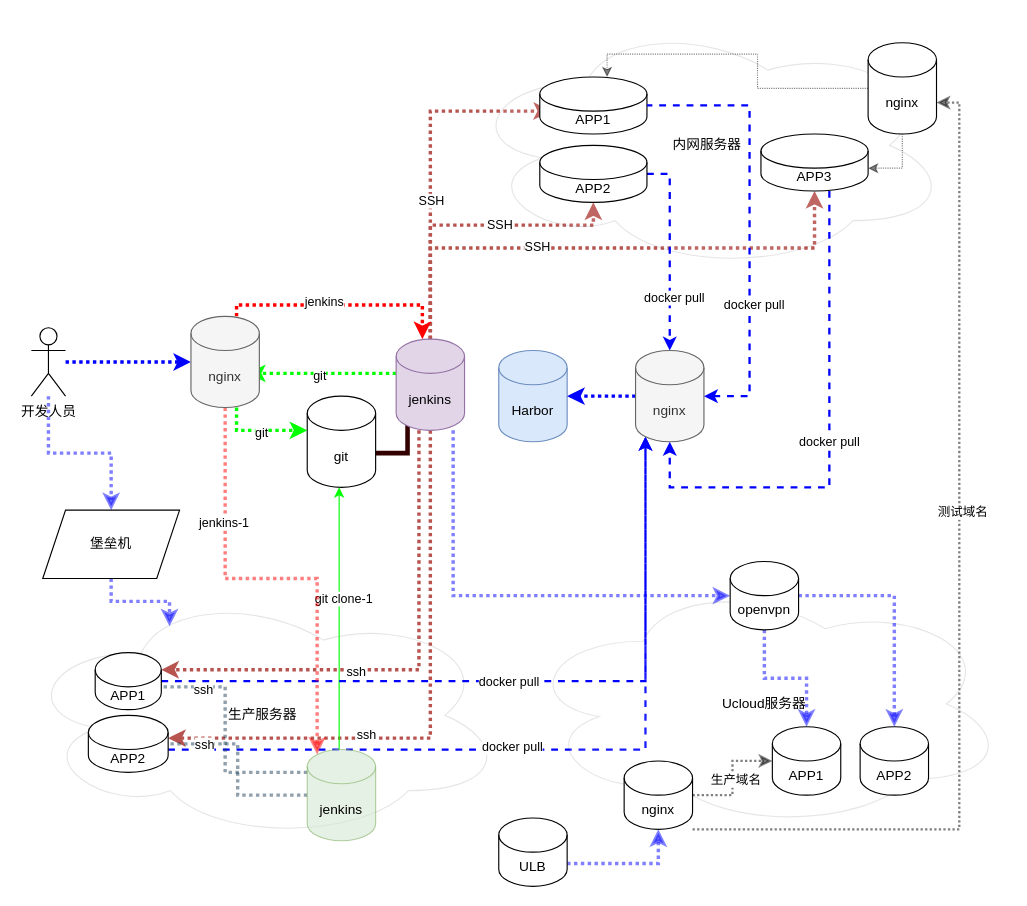
Above: jenkins.drawio in rainycrying/drawio (draw.io), before the change. Source tidied: cells renumbered, new cells numbered last; positions are measured from the earlier drawing's top-left corner, leaving out a move shared by most shapes. Both pictures are drawn from the tidied source at 114%, with x=0, y=0 at pixel (19, 19).
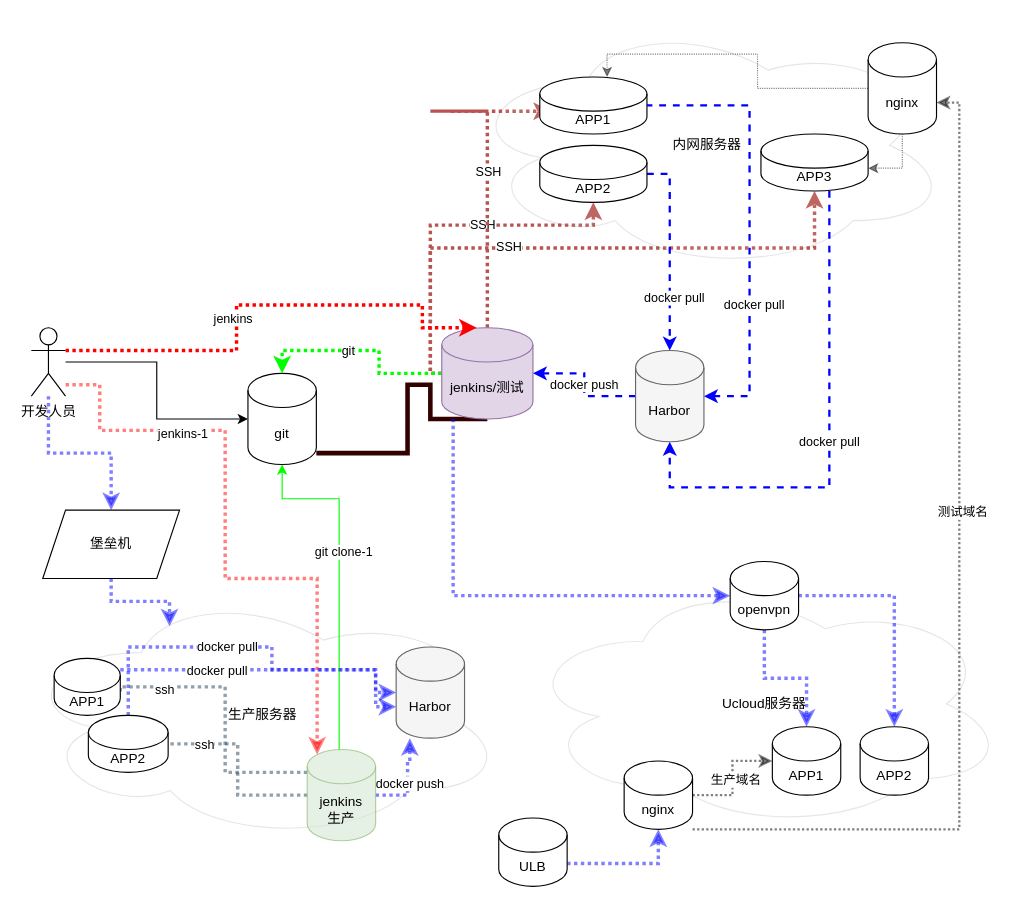
The same diagram, later.

Unchanged cells that the change refers to:
```xml
<mxCell id="5" value="开发人员" style="shape=umlActor;verticalLabelPosition=bottom;verticalAlign=top;html=1;outlineConnect=0;" parent="1" vertex="1">
  <mxGeometry x="10" y="270" width="30" height="60" as="geometry" />
</mxCell>
<mxCell id="26" value="APP2" style="shape=cylinder3;whiteSpace=wrap;html=1;boundedLbl=1;backgroundOutline=1;size=15;" parent="1" vertex="1">
  <mxGeometry x="60" y="610" width="70" height="50" as="geometry" />
</mxCell>
```

Diff of the diagram source:
```diff
@@
-    <mxCell id="3" style="edgeStyle=orthogonalEdgeStyle;rounded=0;jettySize=auto;html=1;dashed=1;dashPattern=1 1;strokeColor=#0000FF;strokeWidth=3;startArrow=none;startFill=0;endArrow=classic;endFill=1;" parent="1" edge="1" source="5" target="66">
-      <mxGeometry relative="1" as="geometry" />
-    </mxCell>
@@
+    <mxCell id="72" style="edgeStyle=orthogonalEdgeStyle;rounded=0;jettySize=auto;html=1;entryX=0;entryY=0.5;entryDx=0;entryDy=0;entryPerimeter=0;" parent="1" edge="1" source="5" target="7">
+      <mxGeometry relative="1" as="geometry" />
+    </mxCell>
@@
     <mxCell id="7" value="git" style="shape=cylinder3;whiteSpace=wrap;html=1;boundedLbl=1;backgroundOutline=1;size=15;" parent="1" vertex="1">
-      <mxGeometry x="252" y="330" width="60" height="80" as="geometry" />
+      <mxGeometry x="200" y="310" width="60" height="80" as="geometry" />
     </mxCell>
@@
-    <mxCell id="16" style="edgeStyle=orthogonalEdgeStyle;rounded=0;jettySize=auto;html=1;entryX=0.833;entryY=0.625;entryDx=0;entryDy=0;entryPerimeter=0;dashed=1;dashPattern=1 1;strokeColor=#00FF00;strokeWidth=3;startArrow=none;startFill=0;endArrow=classic;endFill=1;" parent="1" edge="1" source="23" target="66">
-      <mxGeometry relative="1" as="geometry">
-        <Array as="points">
-          <mxPoint x="290" y="310" />
-          <mxPoint x="290" y="310" />
-        </Array>
-      </mxGeometry>
-    </mxCell>
-    <mxCell id="17" value="git" style="edgeLabel;html=1;align=center;verticalAlign=middle;" parent="16" vertex="1">
-      <mxGeometry x="0.05" y="1" relative="1" as="geometry" />
-    </mxCell>
-    <mxCell id="18" style="edgeStyle=orthogonalEdgeStyle;rounded=0;jettySize=auto;html=1;entryX=1;entryY=0;entryDx=0;entryDy=15;entryPerimeter=0;dashed=1;dashPattern=1 1;strokeColor=#b85450;strokeWidth=3;startArrow=none;startFill=0;endArrow=classic;endFill=1;fillColor=#f8cecc;" parent="1" edge="1" source="23" target="49">
-      <mxGeometry relative="1" as="geometry">
-        <Array as="points">
-          <mxPoint x="350" y="570" />
-        </Array>
-      </mxGeometry>
-    </mxCell>
-    <mxCell id="19" value="ssh" style="edgeLabel;html=1;align=center;verticalAlign=middle;" parent="18" vertex="1">
-      <mxGeometry x="0.22" y="1" relative="1" as="geometry" />
-    </mxCell>
-    <mxCell id="20" style="edgeStyle=orthogonalEdgeStyle;rounded=0;jettySize=auto;html=1;entryX=1;entryY=0;entryDx=0;entryDy=20;entryPerimeter=0;dashed=1;dashPattern=1 1;strokeColor=#b85450;strokeWidth=3;startArrow=none;startFill=0;endArrow=classic;endFill=1;fillColor=#f8cecc;" parent="1" edge="1" source="23" target="26">
-      <mxGeometry relative="1" as="geometry">
-        <Array as="points">
-          <mxPoint x="360" y="630" />
-        </Array>
-      </mxGeometry>
-    </mxCell>
-    <mxCell id="21" value="ssh" style="edgeLabel;html=1;align=center;verticalAlign=middle;" parent="20" vertex="1">
-      <mxGeometry x="0.32" y="2" relative="1" as="geometry">
-        <mxPoint x="3" y="-6" as="offset" />
-      </mxGeometry>
-    </mxCell>
@@
+    <mxCell id="73" style="edgeStyle=orthogonalEdgeStyle;rounded=0;jettySize=auto;html=1;entryX=0.5;entryY=0;entryDx=0;entryDy=0;entryPerimeter=0;strokeColor=#00FF00;dashed=1;dashPattern=1 1;strokeWidth=3;startArrow=none;startFill=0;endFill=1;" parent="1" edge="1" source="23" target="7">
+      <mxGeometry relative="1" as="geometry" />
+    </mxCell>
+    <mxCell id="74" value="git" style="edgeLabel;html=1;align=center;verticalAlign=middle;" parent="73" vertex="1">
+      <mxGeometry x="0.15" y="-1" relative="1" as="geometry" />
+    </mxCell>
+    <mxCell id="75" value="docker push" style="edgeStyle=orthogonalEdgeStyle;rounded=0;jettySize=auto;html=1;endArrow=none;strokeColor=#0000FF;endFill=0;dashed=1;strokeWidth=2;startArrow=classic;startFill=1;" parent="1" edge="1" source="23" target="59">
+      <mxGeometry relative="1" as="geometry" />
+    </mxCell>
-    <mxCell id="23" value="jenkins" style="shape=cylinder3;whiteSpace=wrap;html=1;boundedLbl=1;backgroundOutline=1;size=15;fillColor=#e1d5e7;strokeColor=#9673a6;" parent="1" vertex="1">
-      <mxGeometry x="330" y="280" width="60" height="80" as="geometry" />
+    <mxCell id="23" value="jenkins/测试" style="shape=cylinder3;whiteSpace=wrap;html=1;boundedLbl=1;backgroundOutline=1;size=15;fillColor=#e1d5e7;strokeColor=#9673a6;" parent="1" vertex="1">
+      <mxGeometry x="370" y="270" width="80" height="80" as="geometry" />
     </mxCell>
-    <mxCell id="24" style="edgeStyle=orthogonalEdgeStyle;shape=connector;rounded=0;jettySize=auto;html=1;entryX=0.145;entryY=1;entryDx=0;entryDy=-4.35;entryPerimeter=0;dashed=1;labelBackgroundColor=default;strokeColor=#0000FF;strokeWidth=2;fontFamily=Helvetica;fontSize=11;fontColor=default;startArrow=none;startFill=0;endArrow=classic;endFill=1;" parent="1" edge="1" source="26" target="59">
-      <mxGeometry relative="1" as="geometry">
-        <Array as="points">
-          <mxPoint x="549" y="640" />
-        </Array>
-      </mxGeometry>
-    </mxCell>
-    <mxCell id="25" value="docker pull" style="edgeLabel;html=1;align=center;verticalAlign=middle;fontSize=11;fontFamily=Helvetica;fontColor=default;" parent="24" vertex="1">
-      <mxGeometry x="-0.13" y="3" relative="1" as="geometry" />
-    </mxCell>
+    <mxCell id="76" style="edgeStyle=orthogonalEdgeStyle;rounded=0;jettySize=auto;html=1;entryX=0;entryY=0;entryDx=0;entryDy=52.5;entryPerimeter=0;strokeColor=#0000FF;dashed=1;dashPattern=1 1;strokeWidth=3;startArrow=none;startFill=0;endFill=1;opacity=50;" parent="1" edge="1" source="26" target="27">
+      <mxGeometry relative="1" as="geometry">
+        <Array as="points">
+          <mxPoint x="95" y="550" />
+          <mxPoint x="221" y="550" />
+          <mxPoint x="221" y="570" />
+          <mxPoint x="312" y="570" />
+        </Array>
+      </mxGeometry>
+    </mxCell>
+    <mxCell id="77" value="docker pull" style="edgeLabel;html=1;align=center;verticalAlign=middle;" parent="76" vertex="1">
+      <mxGeometry x="-0.16" y="1" relative="1" as="geometry" />
+    </mxCell>
@@
-    <mxCell id="27" value="Harbor" style="shape=cylinder3;whiteSpace=wrap;html=1;boundedLbl=1;backgroundOutline=1;size=15;fillColor=#dae8fc;strokeColor=#6c8ebf;" parent="1" vertex="1">
-      <mxGeometry x="420" y="290" width="60" height="80" as="geometry" />
-    </mxCell>
-    <mxCell id="28" style="edgeStyle=orthogonalEdgeStyle;rounded=0;jettySize=auto;html=1;strokeColor=#00FF00;" parent="1" edge="1" source="34">
+    <mxCell id="28" style="edgeStyle=orthogonalEdgeStyle;rounded=0;jettySize=auto;html=1;strokeColor=#00FF00;entryX=0.5;entryY=1;entryDx=0;entryDy=0;entryPerimeter=0;" parent="1" edge="1" source="34" target="7">
       <mxGeometry relative="1" as="geometry">
-        <mxPoint x="280" y="410" as="targetPoint" />
         <Array as="points">
-          <mxPoint x="280" y="480" />
-          <mxPoint x="280" y="480" />
+          <mxPoint x="280" y="420" />
+          <mxPoint x="230" y="420" />
         </Array>
       </mxGeometry>
     </mxCell>
@@
+    <mxCell id="78" style="edgeStyle=orthogonalEdgeStyle;rounded=0;jettySize=auto;html=1;strokeColor=#0000FF;dashed=1;dashPattern=1 1;strokeWidth=3;startArrow=none;startFill=0;endFill=1;opacity=50;" parent="1" edge="1" source="34" target="27">
+      <mxGeometry relative="1" as="geometry">
+        <Array as="points">
+          <mxPoint x="340" y="680" />
+          <mxPoint x="340" y="650" />
+          <mxPoint x="342" y="650" />
+        </Array>
+      </mxGeometry>
+    </mxCell>
+    <mxCell id="79" value="docker push" style="edgeLabel;html=1;align=center;verticalAlign=middle;" parent="78" vertex="1">
+      <mxGeometry x="-0.03" y="-1" relative="1" as="geometry" />
+    </mxCell>
-    <mxCell id="34" value="jenkins" style="shape=cylinder3;whiteSpace=wrap;html=1;boundedLbl=1;backgroundOutline=1;size=15;fillColor=#d5e8d4;strokeColor=#82b366;opacity=60;" parent="1" vertex="1">
+    <mxCell id="34" value="jenkins&lt;br&gt;生产" style="shape=cylinder3;whiteSpace=wrap;html=1;boundedLbl=1;backgroundOutline=1;size=15;fillColor=#d5e8d4;strokeColor=#82b366;opacity=60;" parent="1" vertex="1">
       <mxGeometry x="252" y="640" width="60" height="80" as="geometry" />
     </mxCell>
@@
-    <mxCell id="47" style="edgeStyle=orthogonalEdgeStyle;shape=connector;rounded=0;jettySize=auto;html=1;entryX=0.145;entryY=1;entryDx=0;entryDy=-4.35;entryPerimeter=0;dashed=1;labelBackgroundColor=default;strokeColor=#0000FF;strokeWidth=2;fontFamily=Helvetica;fontSize=11;fontColor=default;startArrow=none;startFill=0;endArrow=classic;endFill=1;" parent="1" edge="1" source="49" target="59">
-      <mxGeometry relative="1" as="geometry" />
-    </mxCell>
-    <mxCell id="48" value="docker pull" style="edgeLabel;html=1;align=center;verticalAlign=middle;fontSize=11;fontFamily=Helvetica;fontColor=default;" parent="47" vertex="1">
-      <mxGeometry x="-0.05" relative="1" as="geometry" />
-    </mxCell>
+    <mxCell id="80" style="edgeStyle=orthogonalEdgeStyle;rounded=0;jettySize=auto;html=1;entryX=0;entryY=0.5;entryDx=0;entryDy=0;entryPerimeter=0;strokeColor=#0000FF;dashed=1;dashPattern=1 1;strokeWidth=3;startArrow=none;startFill=0;endFill=1;opacity=50;" parent="1" edge="1" source="49" target="27">
+      <mxGeometry relative="1" as="geometry">
+        <Array as="points">
+          <mxPoint x="312" y="570" />
+        </Array>
+      </mxGeometry>
+    </mxCell>
+    <mxCell id="81" value="docker pull" style="edgeLabel;html=1;align=center;verticalAlign=middle;" parent="80" vertex="1">
+      <mxGeometry x="-0.36" relative="1" as="geometry" />
+    </mxCell>
     <mxCell id="49" value="APP1" style="shape=cylinder3;whiteSpace=wrap;html=1;boundedLbl=1;backgroundOutline=1;size=15;" parent="1" vertex="1">
-      <mxGeometry x="66" y="555" width="58" height="50" as="geometry" />
+      <mxGeometry x="30" y="560" width="58" height="50" as="geometry" />
     </mxCell>
@@
-    <mxCell id="58" style="edgeStyle=orthogonalEdgeStyle;rounded=0;jettySize=auto;html=1;dashed=1;dashPattern=1 1;strokeColor=#0000FF;strokeWidth=3;startArrow=none;startFill=0;endArrow=classic;endFill=1;" parent="1" edge="1" source="59" target="27">
-      <mxGeometry relative="1" as="geometry" />
-    </mxCell>
-    <mxCell id="59" value="nginx" style="shape=cylinder3;whiteSpace=wrap;html=1;boundedLbl=1;backgroundOutline=1;size=15;fillColor=#f5f5f5;fontColor=#333333;strokeColor=#666666;" parent="1" vertex="1">
+    <mxCell id="59" value="&lt;span style=&quot;color: rgb(0, 0, 0);&quot;&gt;Harbor&lt;/span&gt;" style="shape=cylinder3;whiteSpace=wrap;html=1;boundedLbl=1;backgroundOutline=1;size=15;fillColor=#f5f5f5;fontColor=#333333;strokeColor=#666666;" parent="1" vertex="1">
       <mxGeometry x="540" y="290" width="60" height="80" as="geometry" />
     </mxCell>
-    <mxCell id="60" style="edgeStyle=orthogonalEdgeStyle;rounded=0;jettySize=auto;html=1;dashed=1;dashPattern=1 1;strokeColor=#00FF00;strokeWidth=3;startArrow=none;startFill=0;endArrow=classic;endFill=1;" parent="1" edge="1" source="66" target="7">
-      <mxGeometry relative="1" as="geometry">
-        <Array as="points">
-          <mxPoint x="190" y="360" />
-        </Array>
-      </mxGeometry>
-    </mxCell>
-    <mxCell id="61" value="git" style="edgeLabel;html=1;align=center;verticalAlign=middle;" parent="60" vertex="1">
-      <mxGeometry y="-1" relative="1" as="geometry" />
-    </mxCell>
-    <mxCell id="62" style="edgeStyle=orthogonalEdgeStyle;rounded=0;jettySize=auto;html=1;dashed=1;dashPattern=1 1;strokeColor=#FF0000;strokeWidth=3;startArrow=none;startFill=0;endArrow=classic;endFill=1;entryX=0.383;entryY=0;entryDx=0;entryDy=0;entryPerimeter=0;" parent="1" edge="1" source="66" target="23">
+    <mxCell id="62" style="edgeStyle=orthogonalEdgeStyle;rounded=0;jettySize=auto;html=1;dashed=1;dashPattern=1 1;strokeColor=#FF0000;strokeWidth=3;startArrow=none;startFill=0;endArrow=classic;endFill=1;entryX=0.383;entryY=0;entryDx=0;entryDy=0;entryPerimeter=0;exitX=1;exitY=0.3333333333333333;exitDx=0;exitDy=0;exitPerimeter=0;" parent="1" edge="1" source="5" target="23">
       <mxGeometry relative="1" as="geometry">
         <Array as="points">
+          <mxPoint x="190" y="290" />
           <mxPoint x="190" y="250" />
           <mxPoint x="353" y="250" />
         </Array>
       </mxGeometry>
     </mxCell>
@@
-    <mxCell id="64" style="edgeStyle=orthogonalEdgeStyle;shape=connector;rounded=0;jettySize=auto;html=1;entryX=0.145;entryY=0;entryDx=0;entryDy=4.35;entryPerimeter=0;dashed=1;dashPattern=1 1;labelBackgroundColor=default;strokeColor=#FF0000;strokeWidth=3;fontFamily=Helvetica;fontSize=11;fontColor=default;startArrow=none;startFill=0;endArrow=classic;endFill=1;opacity=50;" parent="1" edge="1" source="66" target="34">
+    <mxCell id="64" style="edgeStyle=orthogonalEdgeStyle;shape=connector;rounded=0;jettySize=auto;html=1;entryX=0.145;entryY=0;entryDx=0;entryDy=4.35;entryPerimeter=0;dashed=1;dashPattern=1 1;labelBackgroundColor=default;strokeColor=#FF0000;strokeWidth=3;fontFamily=Helvetica;fontSize=11;fontColor=default;startArrow=none;startFill=0;endArrow=classic;endFill=1;opacity=50;" parent="1" edge="1" source="5" target="34">
       <mxGeometry relative="1" as="geometry">
         <Array as="points">
+          <mxPoint x="70" y="320" />
+          <mxPoint x="70" y="360" />
+          <mxPoint x="180" y="360" />
           <mxPoint x="180" y="490" />
           <mxPoint x="261" y="490" />
         </Array>
       </mxGeometry>
     </mxCell>
@@
-    <mxCell id="66" value="nginx" style="shape=cylinder3;whiteSpace=wrap;html=1;boundedLbl=1;backgroundOutline=1;size=15;fillColor=#f5f5f5;fontColor=#333333;strokeColor=#666666;" parent="1" vertex="1">
-      <mxGeometry x="150" y="260" width="60" height="80" as="geometry" />
-    </mxCell>
@@
+    <mxCell id="27" value="&lt;span style=&quot;color: rgb(0, 0, 0);&quot;&gt;Harbor&lt;/span&gt;" style="shape=cylinder3;whiteSpace=wrap;html=1;boundedLbl=1;backgroundOutline=1;size=15;fillColor=#f5f5f5;fontColor=#333333;strokeColor=#666666;" parent="1" vertex="1">
+      <mxGeometry x="330" y="550" width="60" height="80" as="geometry" />
+    </mxCell>
```
